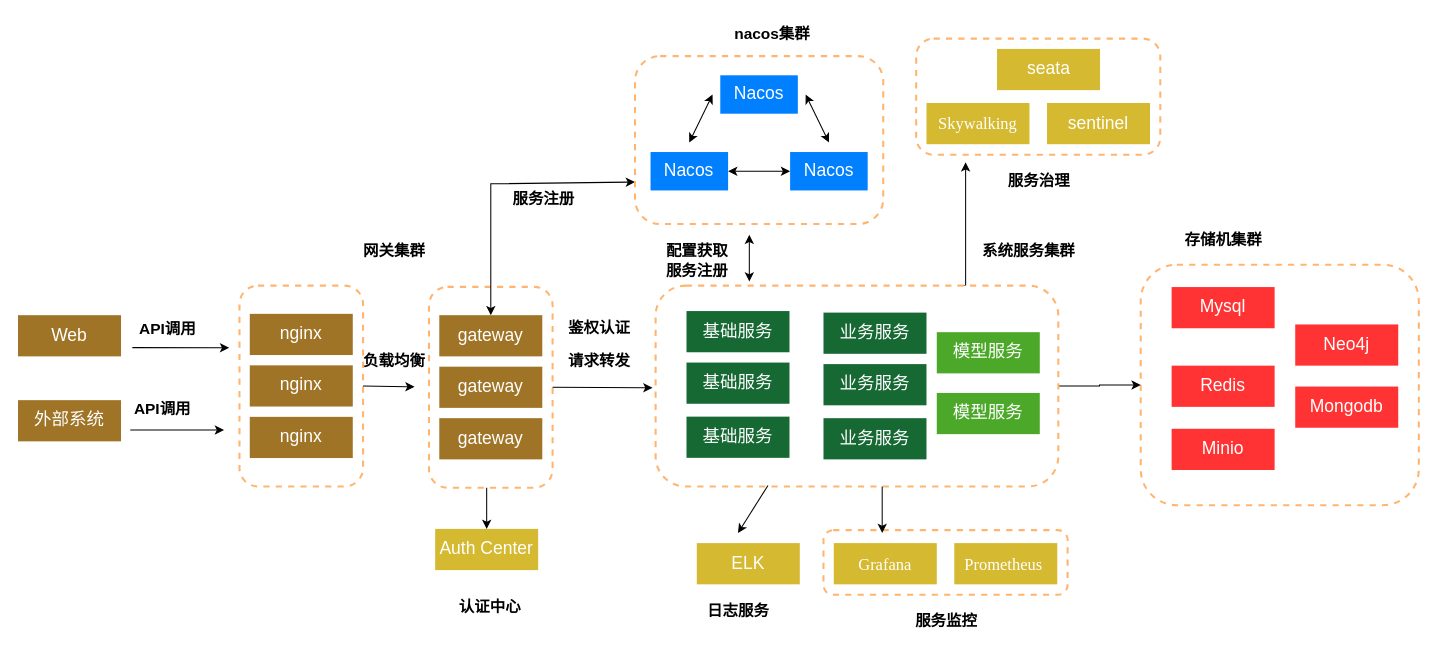
Earlier version of the draw.io diagram 数据检索与维修数据服/部署架构图.drawio (DemonHan/KuickBuy). Source tidied: cells renumbered, new cells numbered last; positions are measured from the earlier drawing's top-left corner, leaving out a move shared by most shapes. Both pictures are drawn from the tidied source at 103%, with x=0, y=0 at pixel (18, 18).
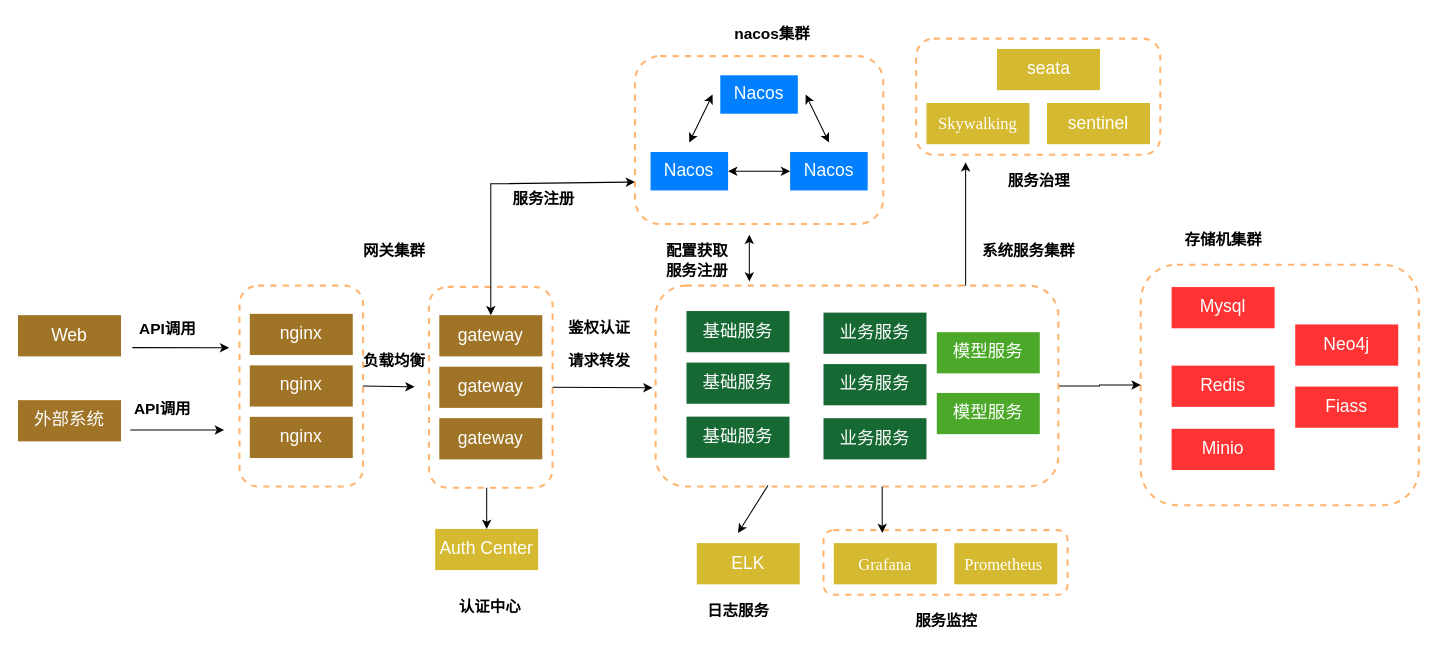
After the change.

Commit message:
更新部署架构图.drawio

Diff of the diagram source:
```diff
@@
-    <mxCell id="48" value="&lt;font color=&quot;#ffffff&quot;&gt;Mongodb&lt;/font&gt;" style="rounded=0;whiteSpace=wrap;html=1;fillColor=#FF3333;fontSize=17;strokeColor=none;" parent="1" vertex="1">
+    <mxCell id="48" value="&lt;font color=&quot;#ffffff&quot;&gt;Fiass&lt;/font&gt;" style="rounded=0;whiteSpace=wrap;html=1;fillColor=#FF3333;fontSize=17;strokeColor=none;" parent="1" vertex="1">
       <mxGeometry x="1240" y="357.8" width="100" height="40" as="geometry" />
     </mxCell>
```
